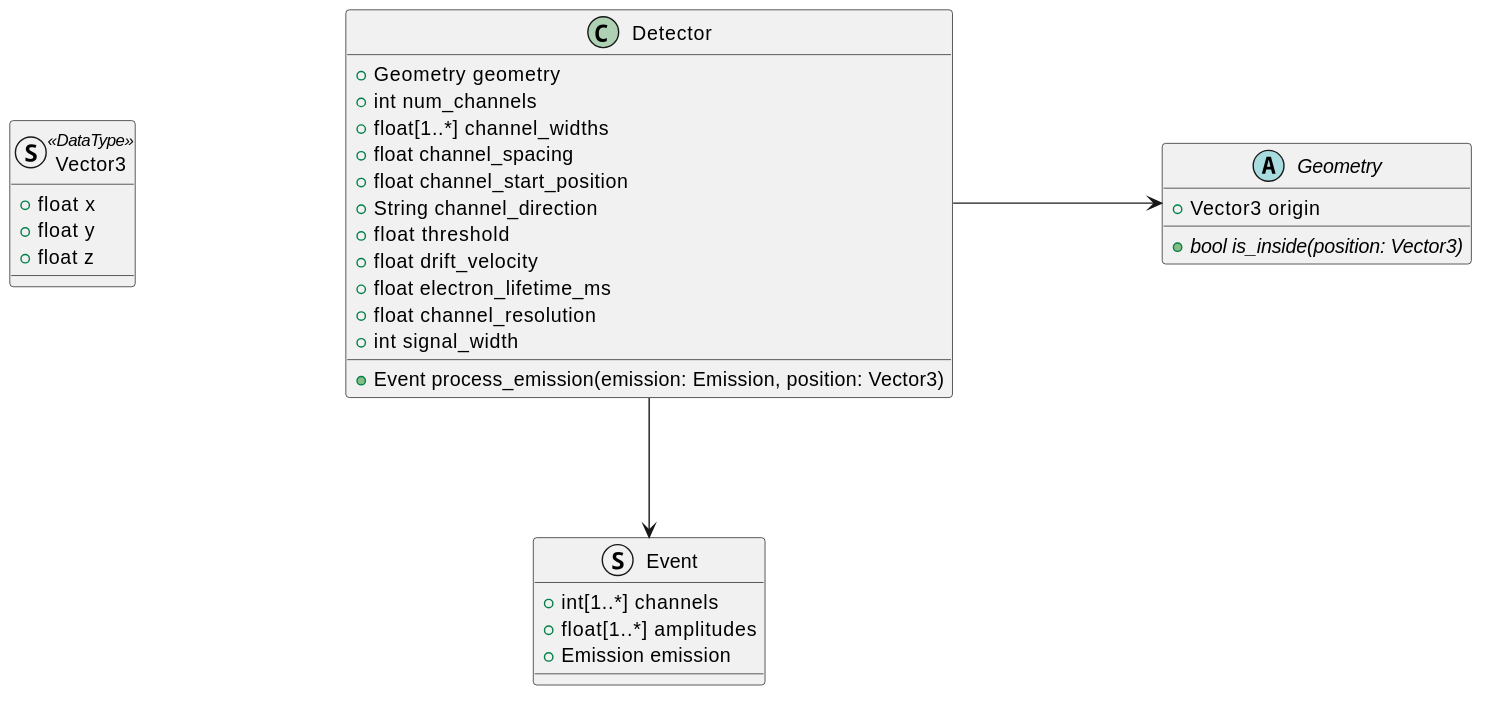
This is docs/uml/detector.svg from aeoranday/larradiosource, a PlantUML export, as it was before one commit.
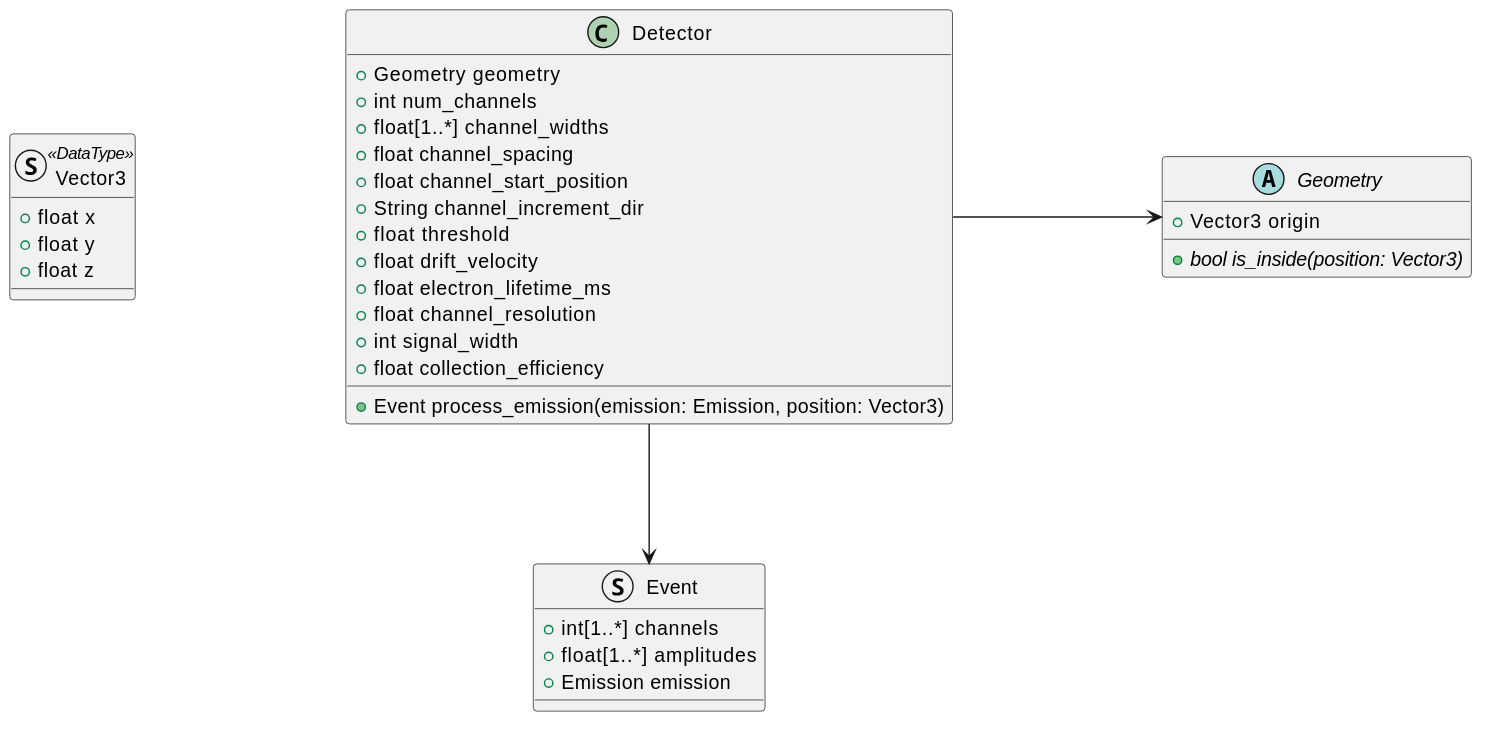
Later version of the same file.

Change to the diagram source:
```diff
@@ -18,27 +18,26 @@
  + {abstract} bool is_inside(position: Vector3)
 }
 
-together {
 class Detector {
  + Geometry geometry
  + int num_channels
  + float[1..*] channel_widths
  + float channel_spacing
  + float channel_start_position
- + String channel_direction
+ + String channel_increment_dir
  + float threshold
  + float drift_velocity
  + float electron_lifetime_ms
  + float channel_resolution
  + int signal_width
+ + float collection_efficiency
  + Event process_emission(emission: Emission, position: Vector3)
 }
 
 struct Event {
- + int[1..*] channels
- + float[1..*] amplitudes
- + Emission emission
-}
++ int[1..*] channels
++ float[1..*] amplitudes
++ Emission emission
 }
 
 Vector3 <-[hidden] Detector
```
